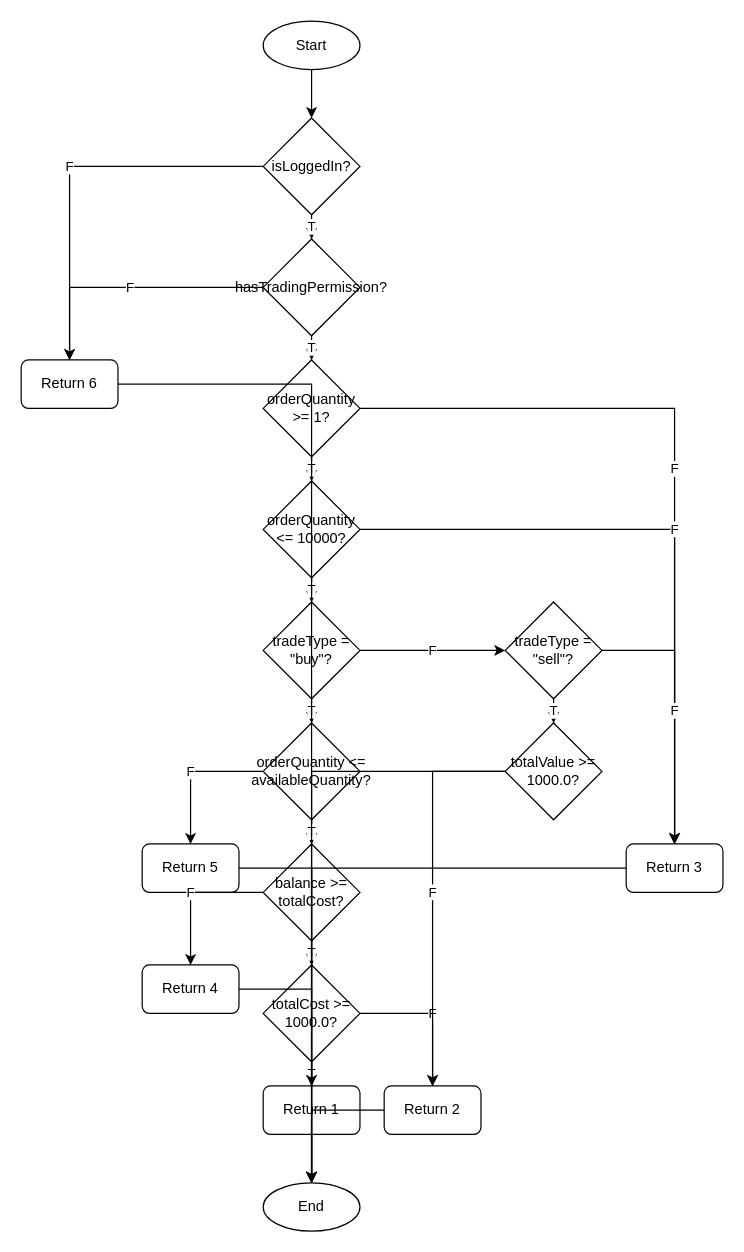
TrgPhan/OOAD-IAI-2025-by-Phan-Quang-Truong-K68AAI1 keeps this draw.io diagram as Cập nhật thông tin.drawio. Above is the earlier version. Source tidied: cells renumbered, new cells numbered last; positions are measured from the earlier drawing's top-left corner, leaving out a move shared by most shapes. Both pictures are drawn from the tidied source at 121%, with x=0, y=0 at pixel (21, 21).
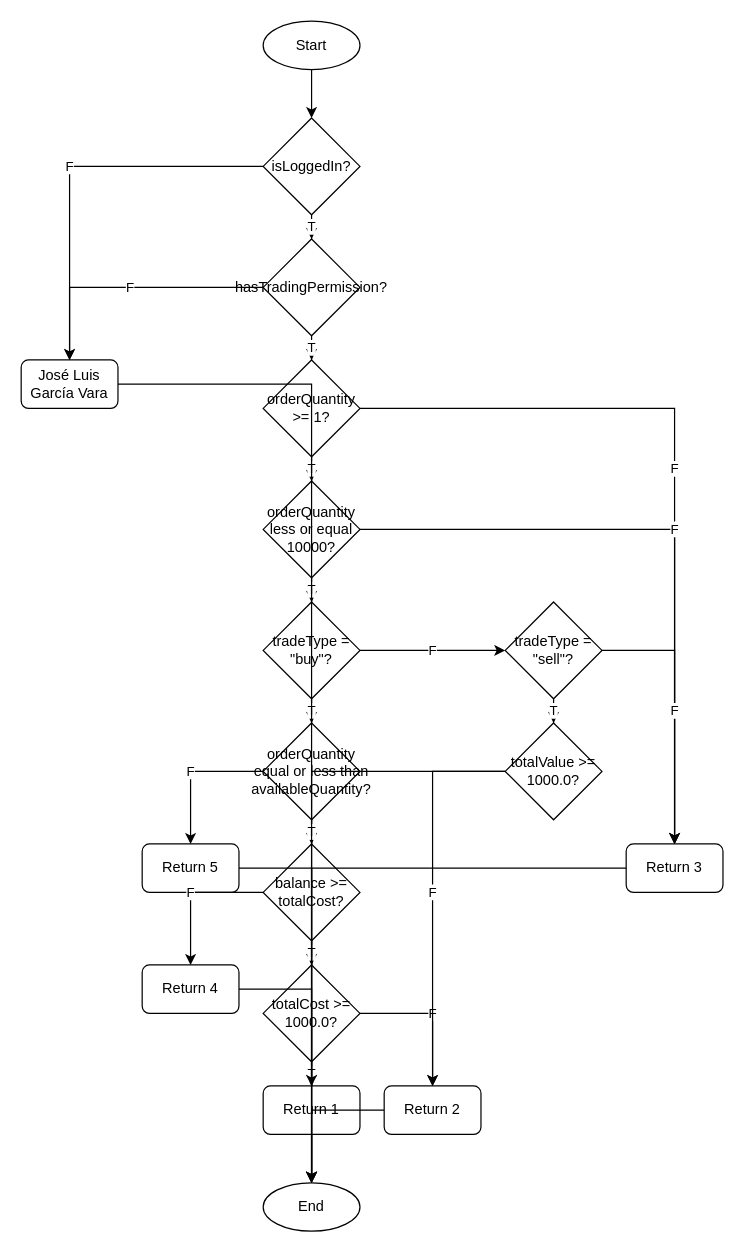
Above is the later version.

Unchanged cells that the change refers to:
```xml
<mxCell id="5" value="orderQuantity &gt;= 1?" style="rhombus;whiteSpace=wrap;html=1;" parent="1" vertex="1">
  <mxGeometry x="200" y="280" width="80" height="80" as="geometry" />
</mxCell>
<mxCell id="10" value="balance &gt;= totalCost?" style="rhombus;whiteSpace=wrap;html=1;" parent="1" vertex="1">
  <mxGeometry x="200" y="680" width="80" height="80" as="geometry" />
</mxCell>
<mxCell id="11" value="totalCost &gt;= 1000.0?" style="rhombus;whiteSpace=wrap;html=1;" parent="1" vertex="1">
  <mxGeometry x="200" y="780" width="80" height="80" as="geometry" />
</mxCell>
<mxCell id="15" value="Return 3" style="rounded=1;whiteSpace=wrap;html=1;" parent="1" vertex="1">
  <mxGeometry x="500" y="680" width="80" height="40" as="geometry" />
</mxCell>
```

The edit, as a diff of the source:
```diff
@@
-    <mxCell id="6" value="orderQuantity &lt;= 10000?" style="rhombus;whiteSpace=wrap;html=1;" parent="1" vertex="1">
+    <mxCell id="6" value="orderQuantity less or equal 10000?" style="rhombus;whiteSpace=wrap;html=1;" parent="1" vertex="1">
       <mxGeometry x="200" y="380" width="80" height="80" as="geometry" />
     </mxCell>
@@
-    <mxCell id="9" value="orderQuantity &lt;= availableQuantity?" style="rhombus;whiteSpace=wrap;html=1;" parent="1" vertex="1">
+    <mxCell id="9" value="orderQuantity equal or less than availableQuantity?" style="rhombus;whiteSpace=wrap;html=1;" parent="1" vertex="1">
       <mxGeometry x="200" y="580" width="80" height="80" as="geometry" />
     </mxCell>
@@
-    <mxCell id="18" value="Return 6" style="rounded=1;whiteSpace=wrap;html=1;" parent="1" vertex="1">
+    <mxCell id="18" value="José Luis García Vara" style="rounded=1;whiteSpace=wrap;html=1;" parent="1" vertex="1">
       <mxGeometry y="280" width="80" height="40" as="geometry" />
     </mxCell>
@@
-    <mxCell id="26" value="F" style="edgeStyle=orthogonalEdgeStyle;rounded=0;html=1;jet FurySize=auto;" parent="1" edge="1" source="5" target="15">
+    <mxCell id="26" value="F" style="edgeStyle=orthogonalEdgeStyle;rounded=0;html=1;jettySize=auto;" parent="1" edge="1" source="5" target="15">
       <mxGeometry relative="1" as="geometry" />
     </mxCell>
@@
-    <mxCell id="35" value="T " style="edgeStyle=orthogonalEdgeStyle;rounded=0;html=1;jettySize=auto;" parent="1" edge="1" source="10" target="11">
+    <mxCell id="35" value="T" style="edgeStyle=orthogonalEdgeStyle;rounded=0;html=1;jettySize=auto;" parent="1" edge="1" source="10" target="11">
       <mxGeometry relative="1" as="geometry" />
     </mxCell>
```
